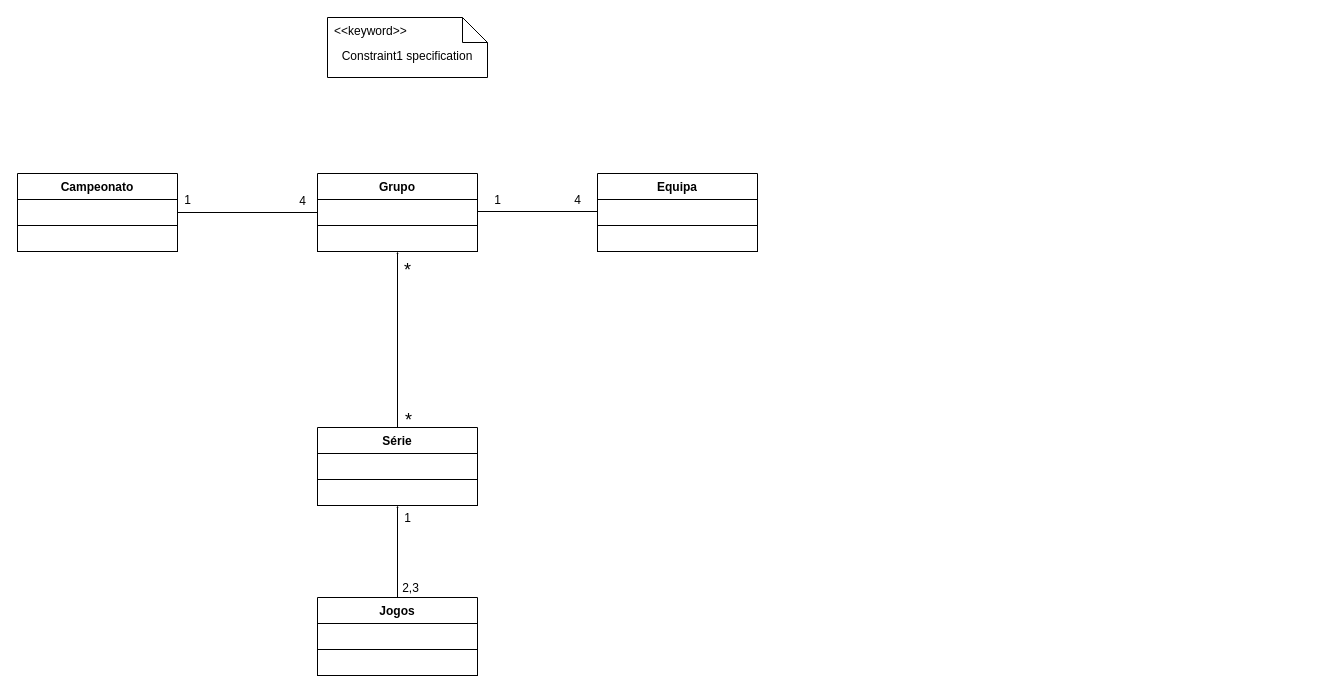
The draw.io diagram CampeonatoCS.drawio in esperaumbocado/Project_BD, before the edit. Source tidied: cells renumbered, new cells numbered last; positions are measured from the earlier drawing's top-left corner, leaving out a move shared by most shapes. Both pictures are drawn from the tidied source at 100%, with x=0, y=0 at pixel (17, 17).
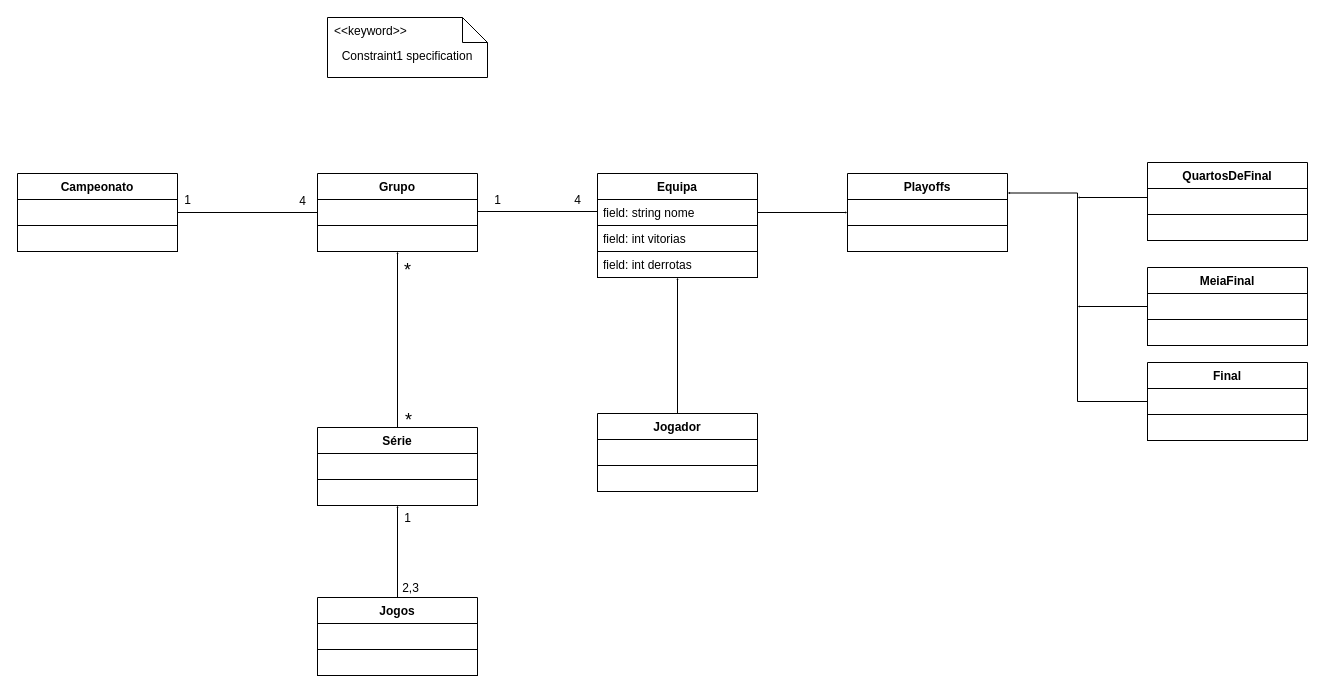
After the change.

Change to the diagram source:
```diff
@@
     <mxCell id="13" value="Equipa" style="swimlane;fontStyle=1;align=center;verticalAlign=top;horizontal=1;startSize=26;whiteSpace=wrap;html=1;" parent="1" vertex="1">
-      <mxGeometry x="580" y="156" width="160" height="78" as="geometry" />
+      <mxGeometry x="580" y="156" width="160" height="104" as="geometry" />
     </mxCell>
-    <mxCell id="14" style="text;strokeColor=default;fillColor=none;align=left;verticalAlign=top;spacingLeft=4;spacingRight=4;overflow=hidden;points=[[0,0.5],[1,0.5]];portConstraint=eastwest;whiteSpace=wrap;html=1;" parent="13" vertex="1">
+    <mxCell id="14" value="&lt;div&gt;field: string nome&lt;/div&gt;" style="text;strokeColor=default;fillColor=none;align=left;verticalAlign=top;spacingLeft=4;spacingRight=4;overflow=hidden;points=[[0,0.5],[1,0.5]];portConstraint=eastwest;whiteSpace=wrap;html=1;" parent="13" vertex="1">
       <mxGeometry y="26" width="160" height="26" as="geometry" />
     </mxCell>
-    <mxCell id="15" style="text;strokeColor=default;fillColor=none;align=left;verticalAlign=top;spacingLeft=4;spacingRight=4;overflow=hidden;whiteSpace=wrap;html=1;" parent="13" vertex="1">
+    <mxCell id="15" value="field: int vitorias" style="text;strokeColor=default;fillColor=none;align=left;verticalAlign=top;spacingLeft=4;spacingRight=4;overflow=hidden;whiteSpace=wrap;html=1;" parent="13" vertex="1">
       <mxGeometry y="52" width="160" height="26" as="geometry" />
     </mxCell>
+    <mxCell id="32" value="field: int derrotas" style="text;strokeColor=default;fillColor=none;align=left;verticalAlign=top;spacingLeft=4;spacingRight=4;overflow=hidden;whiteSpace=wrap;html=1;" parent="13" vertex="1">
+      <mxGeometry y="78" width="160" height="26" as="geometry" />
+    </mxCell>
@@
+    <mxCell id="33" style="edgeStyle=orthogonalEdgeStyle;rounded=0;jettySize=auto;html=1;entryX=0.5;entryY=1;entryDx=0;entryDy=0;endSize=0;" parent="1" edge="1" source="34" target="13">
+      <mxGeometry relative="1" as="geometry" />
+    </mxCell>
+    <mxCell id="34" value="Jogador" style="swimlane;fontStyle=1;align=center;verticalAlign=top;horizontal=1;startSize=26;whiteSpace=wrap;html=1;" parent="1" vertex="1">
+      <mxGeometry x="580" y="396" width="160" height="78" as="geometry" />
+    </mxCell>
+    <mxCell id="35" style="text;strokeColor=default;fillColor=none;align=left;verticalAlign=top;spacingLeft=4;spacingRight=4;overflow=hidden;whiteSpace=wrap;html=1;" parent="34" vertex="1">
+      <mxGeometry y="26" width="160" height="26" as="geometry" />
+    </mxCell>
+    <mxCell id="36" style="text;strokeColor=default;fillColor=none;align=left;verticalAlign=top;spacingLeft=4;spacingRight=4;overflow=hidden;whiteSpace=wrap;html=1;" parent="34" vertex="1">
+      <mxGeometry y="52" width="160" height="26" as="geometry" />
+    </mxCell>
+    <mxCell id="37" value="Playoffs" style="swimlane;fontStyle=1;align=center;verticalAlign=top;horizontal=1;startSize=26;whiteSpace=wrap;html=1;" parent="1" vertex="1">
+      <mxGeometry x="830" y="156" width="160" height="78" as="geometry" />
+    </mxCell>
+    <mxCell id="38" style="text;strokeColor=default;fillColor=none;align=left;verticalAlign=top;spacingLeft=4;spacingRight=4;overflow=hidden;points=[[0,0.5],[1,0.5]];portConstraint=eastwest;whiteSpace=wrap;html=1;" parent="37" vertex="1">
+      <mxGeometry y="26" width="160" height="26" as="geometry" />
+    </mxCell>
+    <mxCell id="39" style="text;strokeColor=default;fillColor=none;align=left;verticalAlign=top;spacingLeft=4;spacingRight=4;overflow=hidden;whiteSpace=wrap;html=1;" parent="37" vertex="1">
+      <mxGeometry y="52" width="160" height="26" as="geometry" />
+    </mxCell>
+    <mxCell id="40" style="edgeStyle=orthogonalEdgeStyle;rounded=0;orthogonalLoop=1;jettySize=auto;html=1;endSize=0;" parent="1" edge="1">
+      <mxGeometry relative="1" as="geometry">
+        <mxPoint x="1130" y="180" as="sourcePoint" />
+        <mxPoint x="1060" y="180" as="targetPoint" />
+      </mxGeometry>
+    </mxCell>
+    <mxCell id="41" value="QuartosDeFinal" style="swimlane;fontStyle=1;align=center;verticalAlign=top;horizontal=1;startSize=26;whiteSpace=wrap;html=1;" parent="1" vertex="1">
+      <mxGeometry x="1130" y="145" width="160" height="78" as="geometry" />
+    </mxCell>
+    <mxCell id="42" style="text;strokeColor=default;fillColor=none;align=left;verticalAlign=top;spacingLeft=4;spacingRight=4;overflow=hidden;whiteSpace=wrap;html=1;" parent="41" vertex="1">
+      <mxGeometry y="26" width="160" height="26" as="geometry" />
+    </mxCell>
+    <mxCell id="43" style="text;strokeColor=default;fillColor=none;align=left;verticalAlign=top;spacingLeft=4;spacingRight=4;overflow=hidden;whiteSpace=wrap;html=1;" parent="41" vertex="1">
+      <mxGeometry y="52" width="160" height="26" as="geometry" />
+    </mxCell>
+    <mxCell id="44" value="MeiaFinal" style="swimlane;fontStyle=1;align=center;verticalAlign=top;horizontal=1;startSize=26;whiteSpace=wrap;html=1;" parent="1" vertex="1">
+      <mxGeometry x="1130" y="250" width="160" height="78" as="geometry" />
+    </mxCell>
+    <mxCell id="45" style="edgeStyle=orthogonalEdgeStyle;rounded=0;jettySize=auto;html=1;endSize=0;" parent="44" edge="1" source="46">
+      <mxGeometry relative="1" as="geometry">
+        <mxPoint x="-70" y="39" as="targetPoint" />
+      </mxGeometry>
+    </mxCell>
+    <mxCell id="46" style="text;strokeColor=default;fillColor=none;align=left;verticalAlign=top;spacingLeft=4;spacingRight=4;overflow=hidden;points=[[0,0.5],[1,0.5]];portConstraint=eastwest;whiteSpace=wrap;html=1;" parent="44" vertex="1">
+      <mxGeometry y="26" width="160" height="26" as="geometry" />
+    </mxCell>
+    <mxCell id="47" style="text;strokeColor=default;fillColor=none;align=left;verticalAlign=top;spacingLeft=4;spacingRight=4;overflow=hidden;whiteSpace=wrap;html=1;" parent="44" vertex="1">
+      <mxGeometry y="52" width="160" height="26" as="geometry" />
+    </mxCell>
+    <mxCell id="48" value="Final" style="swimlane;fontStyle=1;align=center;verticalAlign=top;horizontal=1;startSize=26;whiteSpace=wrap;html=1;" parent="1" vertex="1">
+      <mxGeometry x="1130" y="345" width="160" height="78" as="geometry" />
+    </mxCell>
+    <mxCell id="49" style="text;strokeColor=default;fillColor=none;align=left;verticalAlign=top;spacingLeft=4;spacingRight=4;overflow=hidden;points=[[0,0.5],[1,0.5]];portConstraint=eastwest;whiteSpace=wrap;html=1;" parent="48" vertex="1">
+      <mxGeometry y="26" width="160" height="26" as="geometry" />
+    </mxCell>
+    <mxCell id="50" style="text;strokeColor=default;fillColor=none;align=left;verticalAlign=top;spacingLeft=4;spacingRight=4;overflow=hidden;whiteSpace=wrap;html=1;" parent="48" vertex="1">
+      <mxGeometry y="52" width="160" height="26" as="geometry" />
+    </mxCell>
+    <mxCell id="51" style="edgeStyle=orthogonalEdgeStyle;rounded=0;jettySize=auto;html=1;entryX=1;entryY=0.25;entryDx=0;entryDy=0;endSize=0;" parent="1" edge="1" source="49" target="37">
+      <mxGeometry relative="1" as="geometry" />
+    </mxCell>
+    <mxCell id="52" style="edgeStyle=orthogonalEdgeStyle;rounded=0;jettySize=auto;html=1;entryX=0;entryY=0.5;entryDx=0;entryDy=0;endSize=0;" parent="1" edge="1" source="14" target="38">
+      <mxGeometry relative="1" as="geometry" />
+    </mxCell>
```
